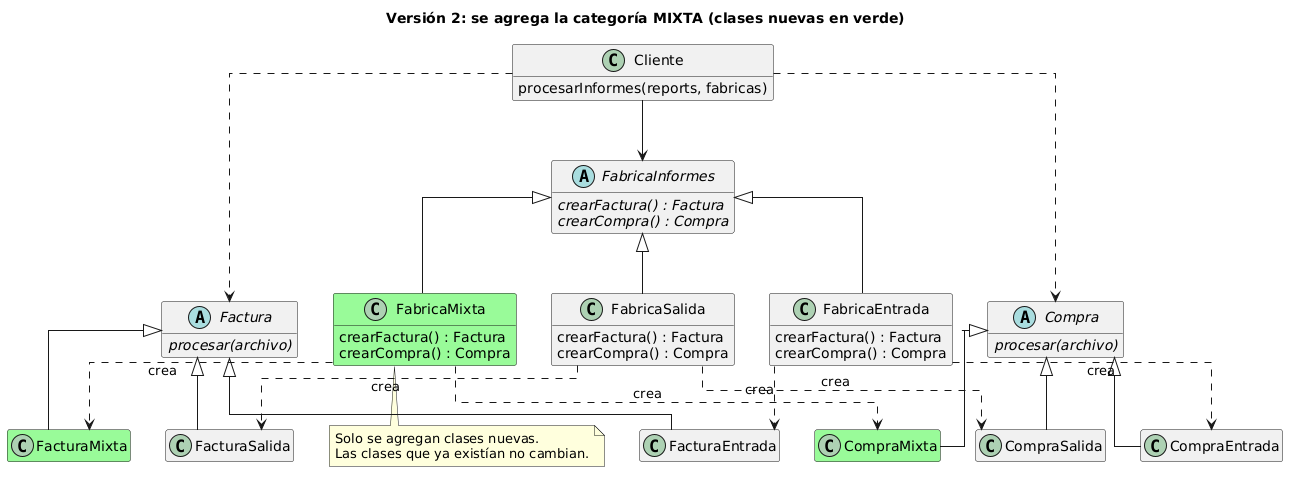
Before: docs/uml/Versión_2.png, a diagram exported from PlantUML (diegohenao819/abstract-factory-informes). Source of this version:
```plantuml
@startuml
title Versión 2: se agrega la categoría MIXTA (clases nuevas en verde)
skinparam classAttributeIconSize 0
skinparam linetype ortho
hide empty members

class Cliente {
  procesarInformes(reports, fabricas)
}

abstract class FabricaInformes {
  {abstract} crearFactura() : Factura
  {abstract} crearCompra() : Compra
}

class FabricaEntrada {
  crearFactura() : Factura
  crearCompra() : Compra
}

class FabricaSalida {
  crearFactura() : Factura
  crearCompra() : Compra
}

class FabricaMixta #palegreen {
  crearFactura() : Factura
  crearCompra() : Compra
}

abstract class Factura {
  {abstract} procesar(archivo)
}

abstract class Compra {
  {abstract} procesar(archivo)
}

class FacturaEntrada
class CompraEntrada
class FacturaSalida
class CompraSalida
class FacturaMixta #palegreen
class CompraMixta #palegreen

Cliente --> FabricaInformes
Cliente ..> Factura
Cliente ..> Compra

FabricaInformes <|-- FabricaEntrada
FabricaInformes <|-- FabricaSalida
FabricaInformes <|-- FabricaMixta

Factura <|-- FacturaEntrada
Factura <|-- FacturaSalida
Factura <|-- FacturaMixta
Compra <|-- CompraEntrada
Compra <|-- CompraSalida
Compra <|-- CompraMixta

FabricaEntrada ..> FacturaEntrada : crea
FabricaEntrada ..> CompraEntrada : crea
FabricaSalida ..> FacturaSalida : crea
FabricaSalida ..> CompraSalida : crea
FabricaMixta ..> FacturaMixta : crea
FabricaMixta ..> CompraMixta : crea

note bottom of FabricaMixta
  Solo se agregan clases nuevas.
  Las clases que ya existían no cambian.
end note
@enduml
```
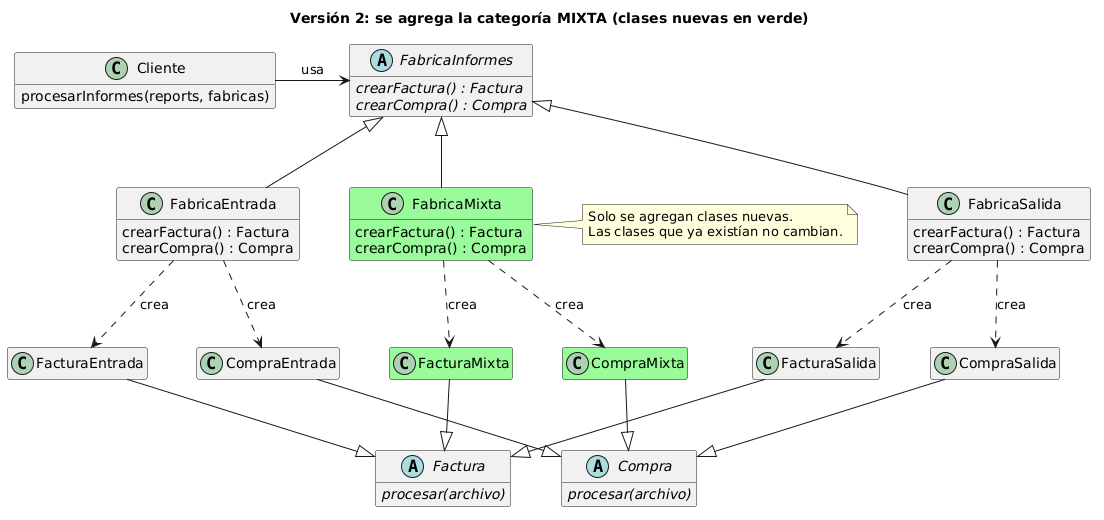
After the commit.

Change to the diagram source:
```diff
@@ -1,7 +1,8 @@
 @startuml
 title Versión 2: se agrega la categoría MIXTA (clases nuevas en verde)
 skinparam classAttributeIconSize 0
-skinparam linetype ortho
+skinparam nodesep 50
+skinparam ranksep 70
 hide empty members
 
 class Cliente {
@@ -28,6 +29,21 @@
   crearCompra() : Compra
 }
 
+together {
+  class FacturaEntrada
+  class CompraEntrada
+}
+
+together {
+  class FacturaSalida
+  class CompraSalida
+}
+
+together {
+  class FacturaMixta #palegreen
+  class CompraMixta #palegreen
+}
+
 abstract class Factura {
   {abstract} procesar(archivo)
 }
@@ -36,36 +52,27 @@
   {abstract} procesar(archivo)
 }
 
-class FacturaEntrada
-class CompraEntrada
-class FacturaSalida
-class CompraSalida
-class FacturaMixta #palegreen
-class CompraMixta #palegreen
+Cliente -right-> FabricaInformes : usa
 
-Cliente --> FabricaInformes
-Cliente ..> Factura
-Cliente ..> Compra
+FabricaInformes <|-down- FabricaEntrada
+FabricaInformes <|-down- FabricaSalida
+FabricaInformes <|-down- FabricaMixta
 
-FabricaInformes <|-- FabricaEntrada
-FabricaInformes <|-- FabricaSalida
-FabricaInformes <|-- FabricaMixta
+FabricaEntrada .down.> FacturaEntrada : crea
+FabricaEntrada .down.> CompraEntrada : crea
+FabricaSalida .down.> FacturaSalida : crea
+FabricaSalida .down.> CompraSalida : crea
+FabricaMixta .down.> FacturaMixta : crea
+FabricaMixta .down.> CompraMixta : crea
 
-Factura <|-- FacturaEntrada
-Factura <|-- FacturaSalida
-Factura <|-- FacturaMixta
-Compra <|-- CompraEntrada
-Compra <|-- CompraSalida
-Compra <|-- CompraMixta
+FacturaEntrada -down-|> Factura
+FacturaSalida -down-|> Factura
+FacturaMixta -down-|> Factura
+CompraEntrada -down-|> Compra
+CompraSalida -down-|> Compra
+CompraMixta -down-|> Compra
 
-FabricaEntrada ..> FacturaEntrada : crea
-FabricaEntrada ..> CompraEntrada : crea
-FabricaSalida ..> FacturaSalida : crea
-FabricaSalida ..> CompraSalida : crea
-FabricaMixta ..> FacturaMixta : crea
-FabricaMixta ..> CompraMixta : crea
-
-note bottom of FabricaMixta
+note right of FabricaMixta
   Solo se agregan clases nuevas.
   Las clases que ya existían no cambian.
 end note
```
